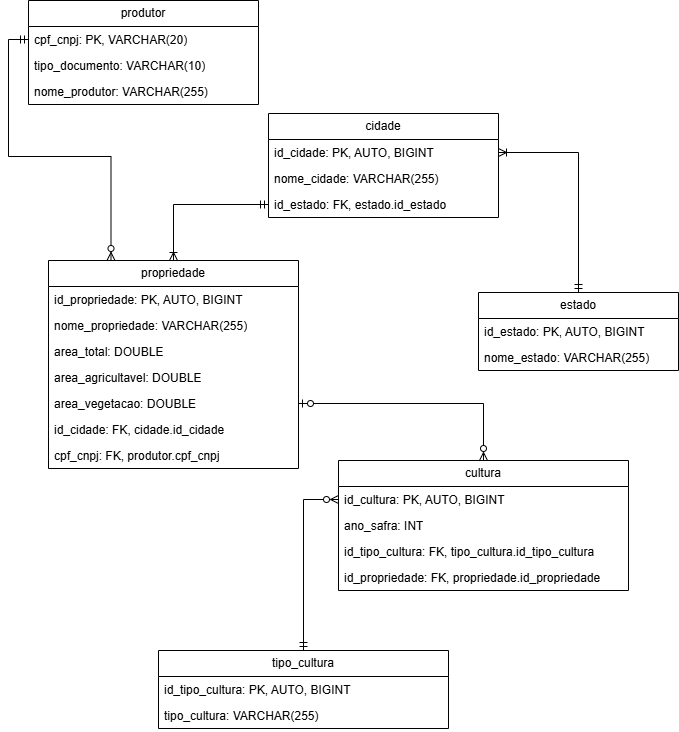
Earlier version of the draw.io export docs/der.drawio.png (francisco-ricardo/agric). Source tidied: cells renumbered, new cells last; positions are measured from the earlier drawing's top-left corner, leaving out a move shared by most shapes.
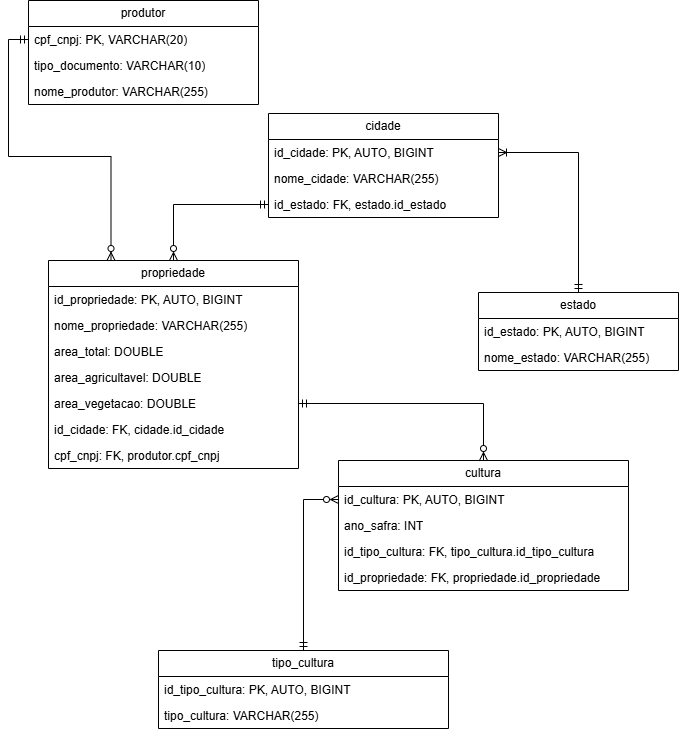
Above is the later version.

Commit message:
Review the DER

Changes to be committed:
	modified:   docs/der.drawio
	modified:   docs/der.drawio.png

The edit, as a diff of the source:
```diff
@@ -77,7 +77,7 @@
     <mxCell id="26" value="nome_estado: VARCHAR(255)" style="text;strokeColor=none;fillColor=none;align=left;verticalAlign=top;spacingLeft=4;spacingRight=4;overflow=hidden;whiteSpace=wrap;html=1;" parent="24" vertex="1">
       <mxGeometry y="52" width="200" height="26" as="geometry" />
     </mxCell>
-    <mxCell id="27" style="edgeStyle=orthogonalEdgeStyle;rounded=0;jettySize=auto;html=1;exitX=0;exitY=0.5;exitDx=0;exitDy=0;entryX=0.5;entryY=0;entryDx=0;entryDy=0;startArrow=ERmandOne;startFill=0;endArrow=ERoneToMany;endFill=0;" parent="1" edge="1" source="22" target="11">
+    <mxCell id="27" style="edgeStyle=orthogonalEdgeStyle;rounded=0;jettySize=auto;html=1;exitX=0;exitY=0.5;exitDx=0;exitDy=0;entryX=0.5;entryY=0;entryDx=0;entryDy=0;startArrow=ERmandOne;startFill=0;endArrow=ERzeroToMany;endFill=0;" parent="1" edge="1" source="22" target="11">
       <mxGeometry relative="1" as="geometry" />
     </mxCell>
     <mxCell id="28" value="cultura" style="swimlane;fontStyle=0;horizontal=1;startSize=26;fillColor=none;whiteSpace=wrap;html=1;" parent="1" vertex="1">
@@ -107,7 +107,7 @@
     <mxCell id="36" value="tipo_cultura: VARCHAR(255)" style="text;strokeColor=none;fillColor=none;align=left;verticalAlign=top;spacingLeft=4;spacingRight=4;overflow=hidden;whiteSpace=wrap;html=1;" parent="34" vertex="1">
       <mxGeometry y="52" width="290" height="26" as="geometry" />
     </mxCell>
-    <mxCell id="37" style="edgeStyle=orthogonalEdgeStyle;rounded=0;jettySize=auto;html=1;exitX=1;exitY=0.5;exitDx=0;exitDy=0;entryX=0.5;entryY=0;entryDx=0;entryDy=0;endArrow=ERzeroToMany;endFill=0;startArrow=ERzeroToOne;startFill=0;" parent="1" edge="1" source="16" target="28">
+    <mxCell id="37" style="edgeStyle=orthogonalEdgeStyle;rounded=0;jettySize=auto;html=1;exitX=1;exitY=0.5;exitDx=0;exitDy=0;entryX=0.5;entryY=0;entryDx=0;entryDy=0;endArrow=ERzeroToMany;endFill=0;startArrow=ERmandOne;startFill=0;" parent="1" edge="1" source="16" target="28">
       <mxGeometry relative="1" as="geometry" />
     </mxCell>
     <mxCell id="38" style="edgeStyle=orthogonalEdgeStyle;rounded=0;jettySize=auto;html=1;exitX=0;exitY=0.5;exitDx=0;exitDy=0;entryX=0.25;entryY=0;entryDx=0;entryDy=0;startArrow=ERmandOne;startFill=0;endArrow=ERzeroToMany;endFill=0;" parent="1" edge="1" source="8" target="11">
```
